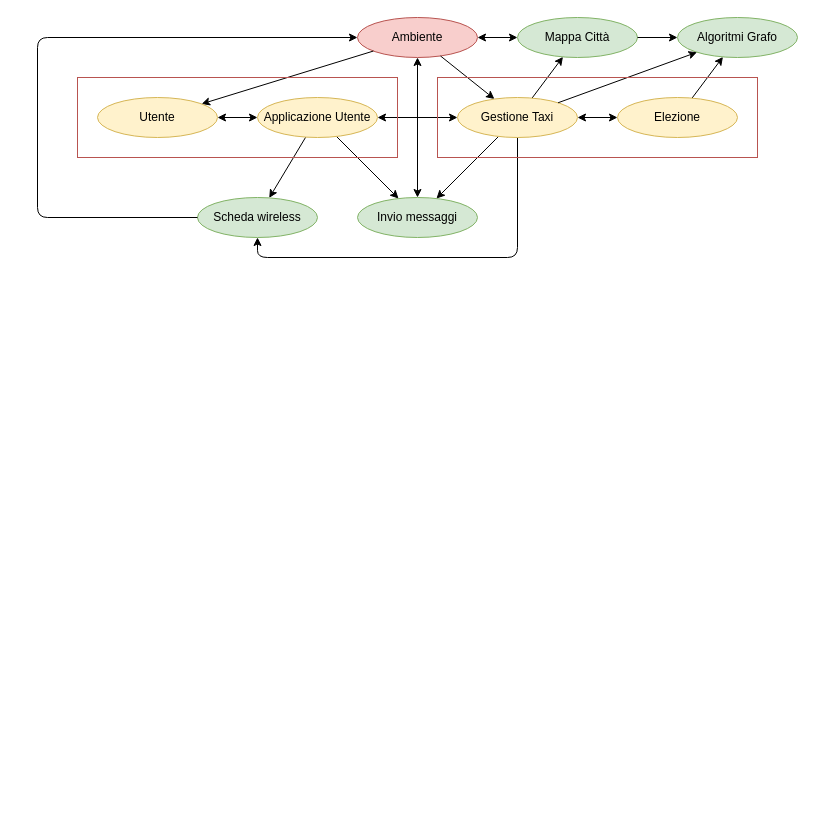
kraots94/Sistemi keeps this draw.io diagram as relazione/schema_moduli_livello_1.drawio. Above is the earlier version. Source tidied: cells renumbered, new cells numbered last; positions are measured from the earlier drawing's top-left corner, leaving out a move shared by most shapes. Both pictures are drawn from the tidied source at 100%, with x=0, y=0 at pixel (37, 17).
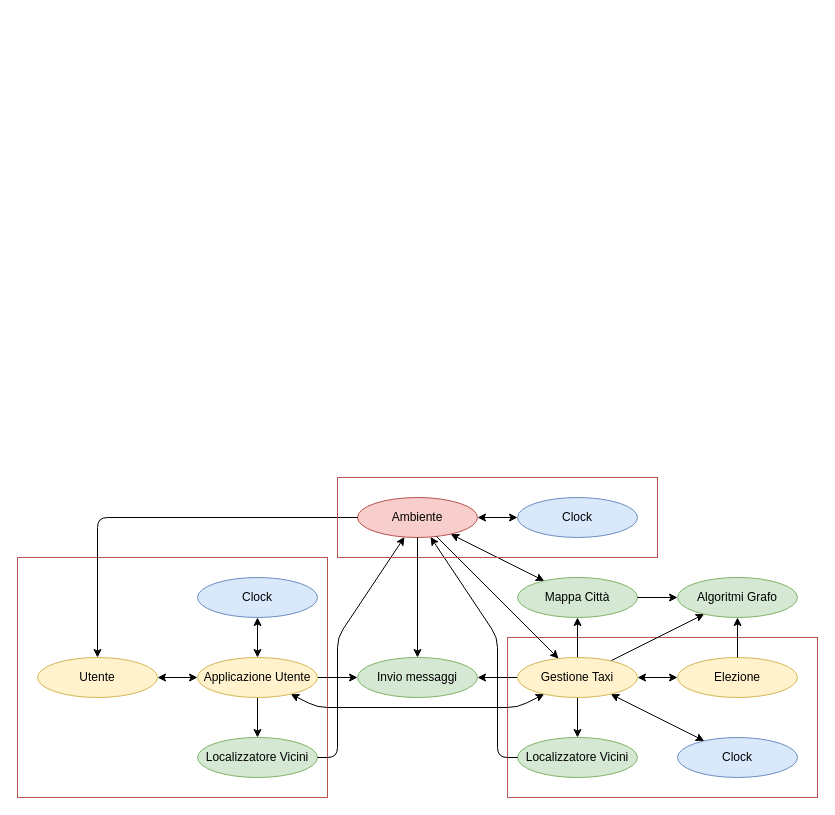
Above is the later version.

Commit message (it also covers changes not shown here):
Relazione | Arc.fisica - moduli

What changed in the source:
```diff
@@
+    <mxCell id="29" style="rounded=0;whiteSpace=wrap;html=1;fillColor=none;strokeColor=#b85450;" parent="1" vertex="1">
+      <mxGeometry x="470" y="620" width="310" height="160" as="geometry" />
+    </mxCell>
+    <mxCell id="30" style="rounded=0;whiteSpace=wrap;html=1;fillColor=none;strokeColor=#b85450;" parent="1" vertex="1">
+      <mxGeometry x="-20" y="540" width="310" height="240" as="geometry" />
+    </mxCell>
     <mxCell id="2" value="Invio messaggi" style="ellipse;whiteSpace=wrap;html=1;fillColor=#d5e8d4;strokeColor=#82b366;" parent="1" vertex="1">
-      <mxGeometry x="320" y="180" width="120" height="40" as="geometry" />
+      <mxGeometry x="320" y="640" width="120" height="40" as="geometry" />
     </mxCell>
-    <mxCell id="3" value="Scheda wireless" style="ellipse;whiteSpace=wrap;html=1;fillColor=#d5e8d4;strokeColor=#82b366;" parent="1" vertex="1">
-      <mxGeometry x="160" y="180" width="120" height="40" as="geometry" />
-    </mxCell>
+    <mxCell id="31" value="Localizzatore Vicini" style="ellipse;whiteSpace=wrap;html=1;fillColor=#d5e8d4;strokeColor=#82b366;" parent="1" vertex="1">
+      <mxGeometry x="160" y="720" width="120" height="40" as="geometry" />
+    </mxCell>
     <mxCell id="4" value="Ambiente" style="ellipse;whiteSpace=wrap;html=1;fillColor=#f8cecc;strokeColor=#b85450;" parent="1" vertex="1">
-      <mxGeometry x="320" width="120" height="40" as="geometry" />
+      <mxGeometry x="320" y="480" width="120" height="40" as="geometry" />
     </mxCell>
     <mxCell id="5" value="Mappa Città" style="ellipse;whiteSpace=wrap;html=1;fillColor=#d5e8d4;strokeColor=#82b366;" parent="1" vertex="1">
-      <mxGeometry x="480" width="120" height="40" as="geometry" />
+      <mxGeometry x="480" y="560" width="120" height="40" as="geometry" />
     </mxCell>
     <mxCell id="6" style="endArrow=classic;html=1;" parent="1" edge="1" source="4" target="22">
-      <mxGeometry relative="1" as="geometry" />
+      <mxGeometry relative="1" as="geometry">
+        <Array as="points">
+          <mxPoint x="60" y="500" />
+        </Array>
+      </mxGeometry>
     </mxCell>
-    <mxCell id="7" style="endArrow=classic;html=1;" parent="1" edge="1" source="23" target="3">
-      <mxGeometry relative="1" as="geometry" />
-    </mxCell>
-    <mxCell id="8" style="endArrow=classic;html=1;" parent="1" edge="1" source="20" target="3">
-      <mxGeometry relative="1" as="geometry">
-        <Array as="points">
-          <mxPoint x="480" y="240" />
-          <mxPoint x="220" y="240" />
-        </Array>
-      </mxGeometry>
-    </mxCell>
+    <mxCell id="32" style="endArrow=classic;html=1;" parent="1" edge="1" source="23" target="31">
+      <mxGeometry relative="1" as="geometry" />
+    </mxCell>
@@
-    <mxCell id="11" style="endArrow=classic;html=1;" parent="1" edge="1" source="21" target="14">
-      <mxGeometry relative="1" as="geometry" />
-    </mxCell>
+    <mxCell id="26" style="endArrow=classic;html=1;" parent="1" edge="1" source="20" target="14">
+      <mxGeometry relative="1" as="geometry" />
+    </mxCell>
@@
-    <mxCell id="13" style="endArrow=classic;html=1;" parent="1" edge="1" source="3" target="4">
-      <mxGeometry relative="1" as="geometry">
-        <Array as="points">
-          <mxPoint y="200" />
-          <mxPoint y="20" />
-        </Array>
-      </mxGeometry>
-    </mxCell>
     <mxCell id="14" value="Algoritmi Grafo" style="ellipse;whiteSpace=wrap;html=1;fillColor=#d5e8d4;strokeColor=#82b366;" parent="1" vertex="1">
-      <mxGeometry x="640" width="120" height="40" as="geometry" />
+      <mxGeometry x="640" y="560" width="120" height="40" as="geometry" />
     </mxCell>
@@
-    <mxCell id="17" style="endArrow=classic;startArrow=classic;html=1;" parent="1" edge="1" source="2" target="4">
-      <mxGeometry relative="1" as="geometry" />
-    </mxCell>
@@
     <mxCell id="19" style="endArrow=classic;startArrow=classic;html=1;" parent="1" edge="1" source="23" target="20">
-      <mxGeometry relative="1" as="geometry" />
+      <mxGeometry relative="1" as="geometry">
+        <Array as="points">
+          <mxPoint x="280" y="690" />
+          <mxPoint x="480" y="690" />
+        </Array>
+      </mxGeometry>
     </mxCell>
+    <mxCell id="33" value="Clock" style="ellipse;whiteSpace=wrap;html=1;fillColor=#dae8fc;strokeColor=#6c8ebf;" parent="1" vertex="1">
+      <mxGeometry x="640" y="720" width="120" height="40" as="geometry" />
+    </mxCell>
+    <mxCell id="34" style="endArrow=classic;startArrow=classic;html=1;" parent="1" edge="1" source="33" target="20">
+      <mxGeometry relative="1" as="geometry" />
+    </mxCell>
+    <mxCell id="35" value="Clock" style="ellipse;whiteSpace=wrap;html=1;fillColor=#dae8fc;strokeColor=#6c8ebf;" parent="1" vertex="1">
+      <mxGeometry x="480" y="480" width="120" height="40" as="geometry" />
+    </mxCell>
+    <mxCell id="36" style="endArrow=classic;startArrow=classic;html=1;" parent="1" edge="1" source="4" target="35">
+      <mxGeometry relative="1" as="geometry" />
+    </mxCell>
+    <mxCell id="37" value="Clock" style="ellipse;whiteSpace=wrap;html=1;fillColor=#dae8fc;strokeColor=#6c8ebf;" parent="1" vertex="1">
+      <mxGeometry x="160" y="560" width="120" height="40" as="geometry" />
+    </mxCell>
+    <mxCell id="38" style="endArrow=classic;startArrow=classic;html=1;" parent="1" edge="1" source="37" target="23">
+      <mxGeometry relative="1" as="geometry" />
+    </mxCell>
+    <mxCell id="39" value="Localizzatore Vicini" style="ellipse;whiteSpace=wrap;html=1;fillColor=#d5e8d4;strokeColor=#82b366;" parent="1" vertex="1">
+      <mxGeometry x="480" y="720" width="120" height="40" as="geometry" />
+    </mxCell>
+    <mxCell id="40" style="endArrow=classic;html=1;" parent="1" edge="1" source="20" target="39">
+      <mxGeometry relative="1" as="geometry" />
+    </mxCell>
+    <mxCell id="22" value="Utente" style="ellipse;whiteSpace=wrap;html=1;fillColor=#fff2cc;strokeColor=#d6b656;" parent="1" vertex="1">
+      <mxGeometry y="640" width="120" height="40" as="geometry" />
+    </mxCell>
+    <mxCell id="23" value="Applicazione Utente" style="ellipse;whiteSpace=wrap;html=1;fillColor=#fff2cc;strokeColor=#d6b656;" parent="1" vertex="1">
+      <mxGeometry x="160" y="640" width="120" height="40" as="geometry" />
+    </mxCell>
+    <mxCell id="28" style="endArrow=classic;startArrow=classic;html=1;" parent="1" edge="1" source="22" target="23">
+      <mxGeometry relative="1" as="geometry" />
+    </mxCell>
     <mxCell id="20" value="Gestione Taxi" style="ellipse;whiteSpace=wrap;html=1;fillColor=#fff2cc;strokeColor=#d6b656;" parent="1" vertex="1">
-      <mxGeometry x="420" y="80" width="120" height="40" as="geometry" />
+      <mxGeometry x="480" y="640" width="120" height="40" as="geometry" />
     </mxCell>
     <mxCell id="21" value="Elezione" style="ellipse;whiteSpace=wrap;html=1;fillColor=#fff2cc;strokeColor=#d6b656;" parent="1" vertex="1">
-      <mxGeometry x="580" y="80" width="120" height="40" as="geometry" />
+      <mxGeometry x="640" y="640" width="120" height="40" as="geometry" />
     </mxCell>
-    <mxCell id="22" value="Utente" style="ellipse;whiteSpace=wrap;html=1;fillColor=#fff2cc;strokeColor=#d6b656;" parent="1" vertex="1">
-      <mxGeometry x="60" y="80" width="120" height="40" as="geometry" />
-    </mxCell>
-    <mxCell id="23" value="Applicazione Utente" style="ellipse;whiteSpace=wrap;html=1;fillColor=#fff2cc;strokeColor=#d6b656;" parent="1" vertex="1">
-      <mxGeometry x="220" y="80" width="120" height="40" as="geometry" />
-    </mxCell>
-    <mxCell id="24" style="rounded=0;whiteSpace=wrap;html=1;fillColor=none;strokeColor=#b85450;" parent="1" vertex="1">
-      <mxGeometry x="40" y="60" width="320" height="80" as="geometry" />
-    </mxCell>
@@
-    <mxCell id="26" style="endArrow=classic;html=1;" parent="1" edge="1" source="20" target="14">
-      <mxGeometry relative="1" as="geometry" />
-    </mxCell>
-    <mxCell id="27" style="rounded=0;whiteSpace=wrap;html=1;fillColor=none;strokeColor=#b85450;" parent="1" vertex="1">
-      <mxGeometry x="400" y="60" width="320" height="80" as="geometry" />
-    </mxCell>
-    <mxCell id="28" style="endArrow=classic;startArrow=classic;html=1;" parent="1" edge="1" source="22" target="23">
-      <mxGeometry relative="1" as="geometry" />
-    </mxCell>
+    <mxCell id="11" style="endArrow=classic;html=1;" parent="1" edge="1" source="21" target="14">
+      <mxGeometry relative="1" as="geometry" />
+    </mxCell>
+    <mxCell id="41" style="endArrow=classic;html=1;" parent="1" edge="1" source="31" target="4">
+      <mxGeometry relative="1" as="geometry">
+        <Array as="points">
+          <mxPoint x="300" y="740" />
+          <mxPoint x="300" y="620" />
+        </Array>
+      </mxGeometry>
+    </mxCell>
+    <mxCell id="42" style="endArrow=classic;html=1;" parent="1" edge="1" source="39" target="4">
+      <mxGeometry relative="1" as="geometry">
+        <Array as="points">
+          <mxPoint x="460" y="740" />
+          <mxPoint x="460" y="620" />
+        </Array>
+      </mxGeometry>
+    </mxCell>
+    <mxCell id="43" style="rounded=0;whiteSpace=wrap;html=1;fillColor=none;strokeColor=#b85450;" parent="1" vertex="1">
+      <mxGeometry x="300" y="460" width="320" height="80" as="geometry" />
+    </mxCell>
+    <mxCell id="44" style="endArrow=classic;html=1;" parent="1" edge="1" source="4" target="2">
+      <mxGeometry relative="1" as="geometry" />
+    </mxCell>
```
